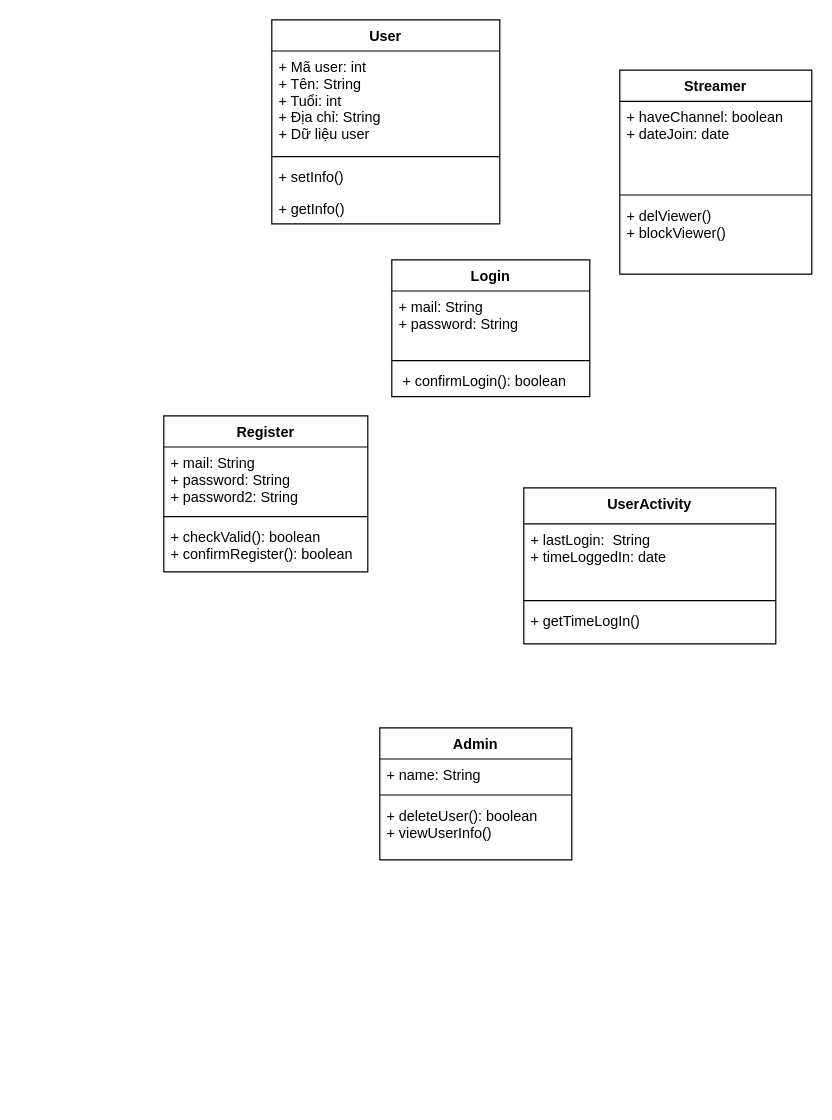
NguyenMinhDucIT/temp keeps this draw.io diagram as uml.drawio. Above is the earlier version. Source tidied: cells renumbered, new cells numbered last; positions are measured from the earlier drawing's top-left corner, leaving out a move shared by most shapes. Both pictures are drawn from the tidied source at 120%, with x=0, y=0 at pixel (163, 19).
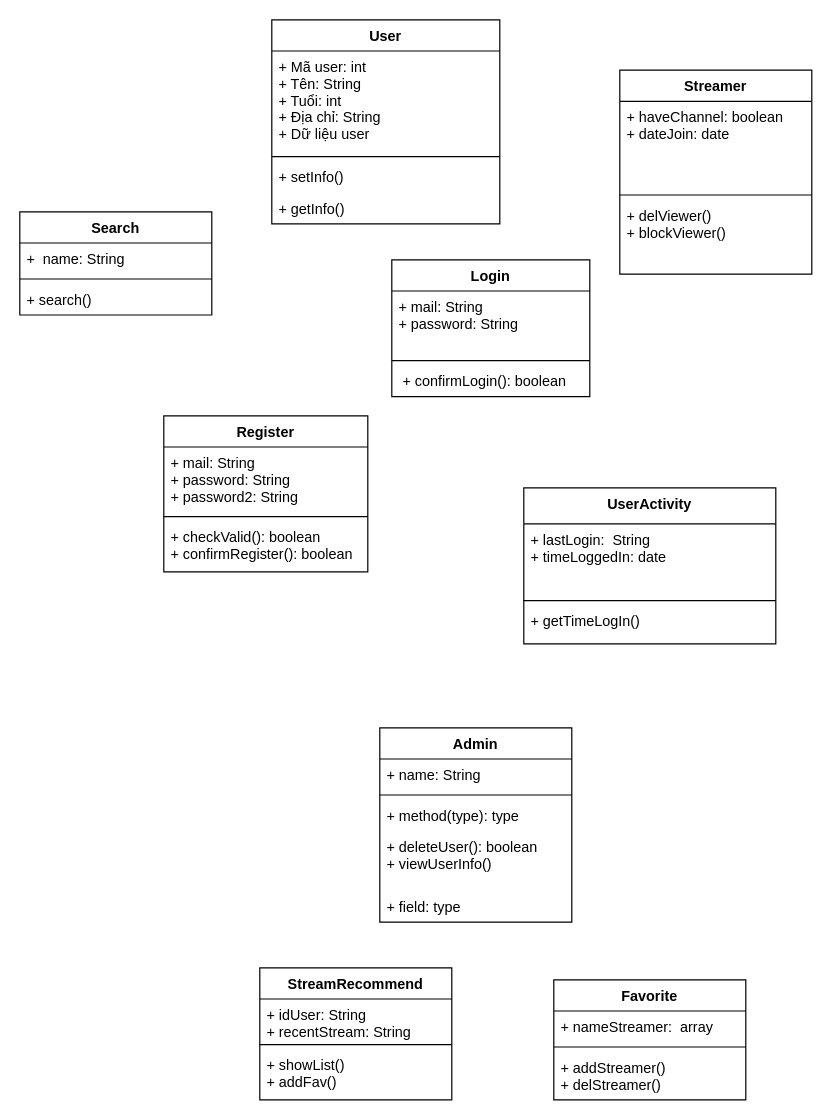
After the change.

Diff of the diagram source:
```diff
@@
     <mxCell id="19" value="Admin" style="swimlane;fontStyle=1;align=center;verticalAlign=top;horizontal=1;startSize=26;" parent="1" vertex="1">
-      <mxGeometry x="180" y="590" width="160" height="110" as="geometry" />
+      <mxGeometry x="180" y="590" width="160" height="162" as="geometry" />
     </mxCell>
@@
+    <mxCell id="27" value="+ method(type): type" style="text;strokeColor=none;fillColor=none;align=left;verticalAlign=top;spacingLeft=4;spacingRight=4;overflow=hidden;fontFamily=Helvetica;fontSize=12;fontColor=default;startSize=26;" parent="19" vertex="1">
+      <mxGeometry y="60" width="160" height="26" as="geometry" />
+    </mxCell>
     <mxCell id="22" value="+ deleteUser(): boolean&#10;+ viewUserInfo()" style="text;strokeColor=none;fillColor=none;align=left;verticalAlign=top;spacingLeft=4;spacingRight=4;overflow=hidden;" parent="19" vertex="1">
-      <mxGeometry y="60" width="160" height="50" as="geometry" />
+      <mxGeometry y="86" width="160" height="50" as="geometry" />
     </mxCell>
+    <mxCell id="28" value="+ field: type" style="text;strokeColor=none;fillColor=none;align=left;verticalAlign=top;spacingLeft=4;spacingRight=4;overflow=hidden;fontFamily=Helvetica;fontSize=12;fontColor=default;startSize=26;" parent="19" vertex="1">
+      <mxGeometry y="136" width="160" height="26" as="geometry" />
+    </mxCell>
@@
+    <mxCell id="29" value="Search" style="swimlane;fontStyle=1;align=center;verticalAlign=top;horizontal=1;startSize=26;fontFamily=Helvetica;fontSize=12;fontColor=default;strokeColor=default;fillColor=default;" parent="1" vertex="1">
+      <mxGeometry x="-120" y="160" width="160" height="86" as="geometry" />
+    </mxCell>
+    <mxCell id="30" value="+  name: String" style="text;strokeColor=none;fillColor=none;align=left;verticalAlign=top;spacingLeft=4;spacingRight=4;overflow=hidden;fontFamily=Helvetica;fontSize=12;fontColor=default;startSize=26;" parent="29" vertex="1">
+      <mxGeometry y="26" width="160" height="26" as="geometry" />
+    </mxCell>
+    <mxCell id="31" style="line;strokeWidth=1;fillColor=none;align=left;verticalAlign=middle;spacingTop=-1;spacingLeft=3;spacingRight=3;labelPosition=right;fontFamily=Helvetica;fontSize=12;fontColor=default;startSize=26;" parent="29" vertex="1">
+      <mxGeometry y="52" width="160" height="8" as="geometry" />
+    </mxCell>
+    <mxCell id="32" value="+ search()" style="text;strokeColor=none;fillColor=none;align=left;verticalAlign=top;spacingLeft=4;spacingRight=4;overflow=hidden;fontFamily=Helvetica;fontSize=12;fontColor=default;startSize=26;" parent="29" vertex="1">
+      <mxGeometry y="60" width="160" height="26" as="geometry" />
+    </mxCell>
+    <mxCell id="33" value="StreamRecommend" style="swimlane;fontStyle=1;align=center;verticalAlign=top;horizontal=1;startSize=26;fontFamily=Helvetica;fontSize=12;fontColor=default;strokeColor=default;fillColor=default;" parent="1" vertex="1">
+      <mxGeometry x="80" y="790" width="160" height="110" as="geometry" />
+    </mxCell>
+    <mxCell id="34" value="+ idUser: String&#10;+ recentStream: String" style="text;strokeColor=none;fillColor=none;align=left;verticalAlign=top;spacingLeft=4;spacingRight=4;overflow=hidden;fontFamily=Helvetica;fontSize=12;fontColor=default;startSize=26;" parent="33" vertex="1">
+      <mxGeometry y="26" width="160" height="34" as="geometry" />
+    </mxCell>
+    <mxCell id="35" style="line;strokeWidth=1;fillColor=none;align=left;verticalAlign=middle;spacingTop=-1;spacingLeft=3;spacingRight=3;labelPosition=right;fontFamily=Helvetica;fontSize=12;fontColor=default;startSize=26;" parent="33" vertex="1">
+      <mxGeometry y="60" width="160" height="8" as="geometry" />
+    </mxCell>
+    <mxCell id="36" value="+ showList()&#10;+ addFav()" style="text;strokeColor=none;fillColor=none;align=left;verticalAlign=top;spacingLeft=4;spacingRight=4;overflow=hidden;fontFamily=Helvetica;fontSize=12;fontColor=default;startSize=26;" parent="33" vertex="1">
+      <mxGeometry y="68" width="160" height="42" as="geometry" />
+    </mxCell>
+    <mxCell id="37" value="Favorite" style="swimlane;fontStyle=1;align=center;verticalAlign=top;horizontal=1;startSize=26;fontFamily=Helvetica;fontSize=12;fontColor=default;strokeColor=default;fillColor=default;" parent="1" vertex="1">
+      <mxGeometry x="325" y="800" width="160" height="100" as="geometry" />
+    </mxCell>
+    <mxCell id="38" value="+ nameStreamer:  array" style="text;strokeColor=none;fillColor=none;align=left;verticalAlign=top;spacingLeft=4;spacingRight=4;overflow=hidden;fontFamily=Helvetica;fontSize=12;fontColor=default;startSize=26;" parent="37" vertex="1">
+      <mxGeometry y="26" width="160" height="26" as="geometry" />
+    </mxCell>
+    <mxCell id="39" style="line;strokeWidth=1;fillColor=none;align=left;verticalAlign=middle;spacingTop=-1;spacingLeft=3;spacingRight=3;labelPosition=right;fontFamily=Helvetica;fontSize=12;fontColor=default;startSize=26;" parent="37" vertex="1">
+      <mxGeometry y="52" width="160" height="8" as="geometry" />
+    </mxCell>
+    <mxCell id="40" value="+ addStreamer()&#10;+ delStreamer()" style="text;strokeColor=none;fillColor=none;align=left;verticalAlign=top;spacingLeft=4;spacingRight=4;overflow=hidden;fontFamily=Helvetica;fontSize=12;fontColor=default;startSize=26;" parent="37" vertex="1">
+      <mxGeometry y="60" width="160" height="40" as="geometry" />
+    </mxCell>
```
